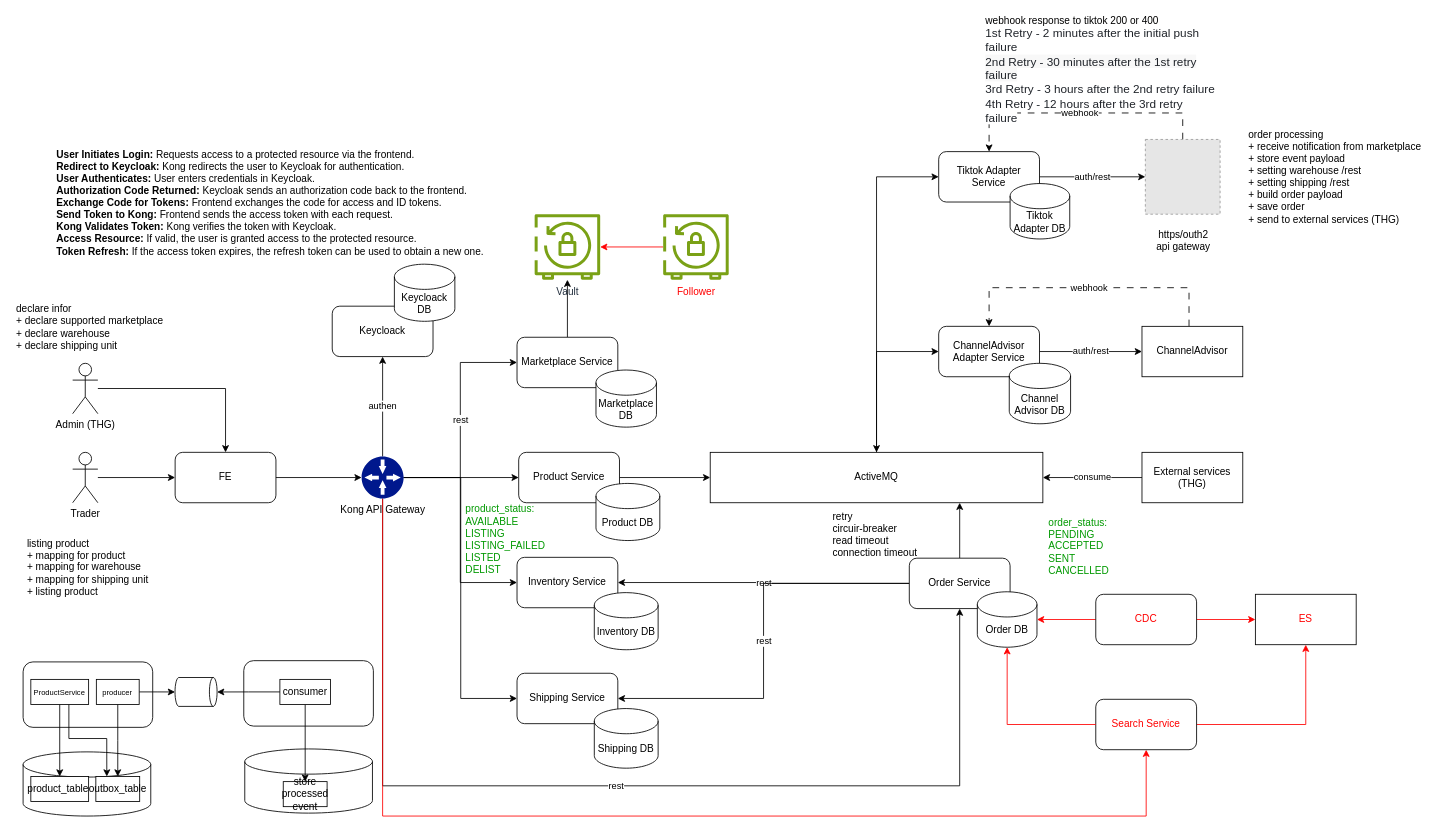
Above: page "Page-17" (17 of 17) of hibernate.drawio in minhtran-q/hibernate-knowledge (draw.io), before the change. Source tidied: cells renumbered, new cells numbered last; positions are measured from the earlier drawing's top-left corner, leaving out a move shared by most shapes. Both pictures are drawn from the tidied source at 84%, with x=0, y=0 at pixel (14, 32). Pictures stored in the file or linked from it are replaced by grey dashed boxes.
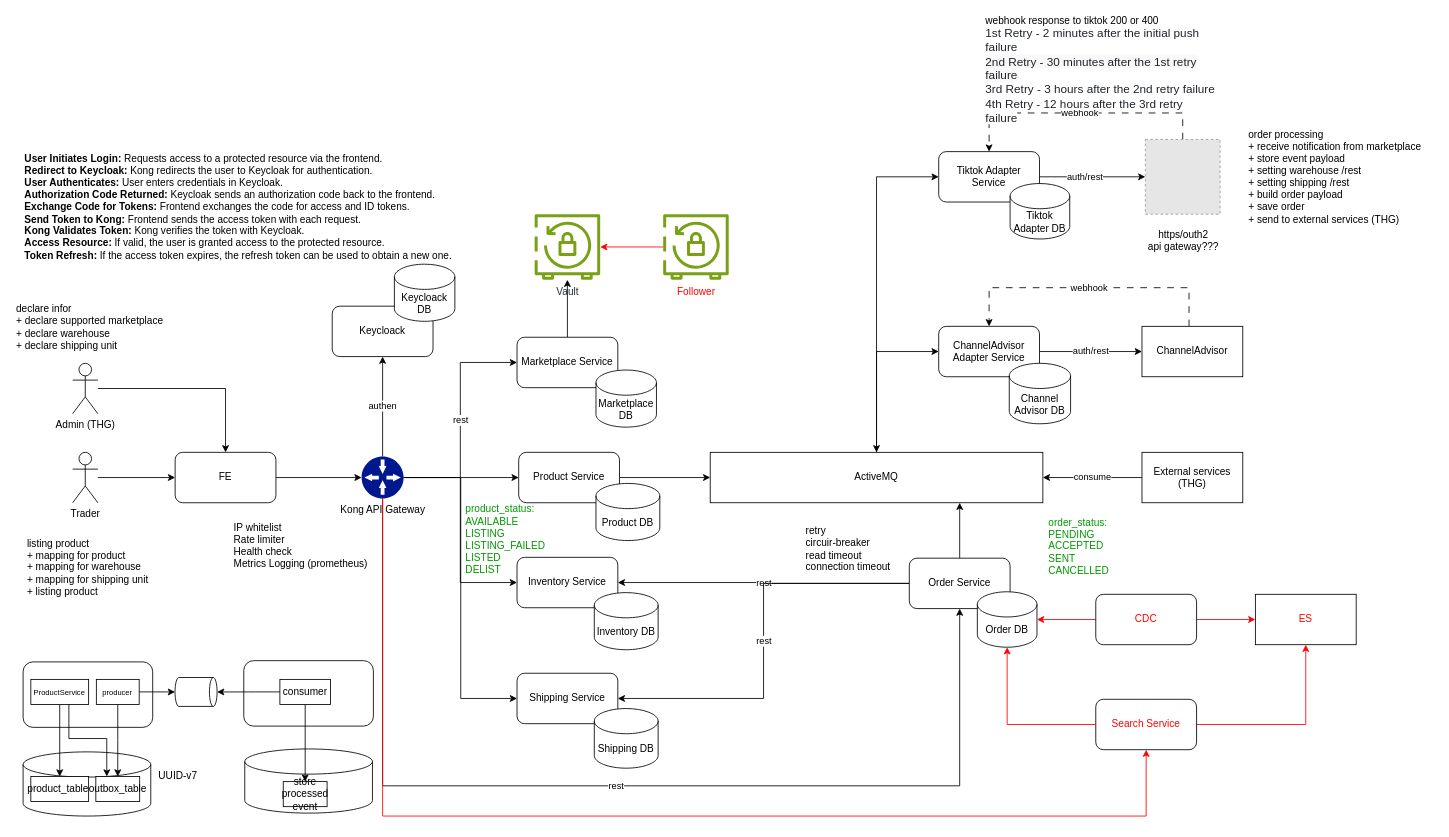
The same diagram, later.

The change refers to these unchanged cells:
```xml
<mxCell id="26" value="Tiktok Adapter Service" style="rounded=1;whiteSpace=wrap;html=1;" parent="1" vertex="1">
  <mxGeometry x="1100" y="142" width="120" height="60" as="geometry" />
</mxCell>
<mxCell id="30" style="fillColor=#E6E6E6;strokeColor=#999999;dashed=1;html=1;verticalAlign=top;verticalLabelPosition=bottom;labelBackgroundColor=#ffffff;" parent="1" vertex="1">
  <mxGeometry x="1346" y="127.5" width="89" height="89" as="geometry" />
</mxCell>
<mxCell id="67" style="group;" parent="1" vertex="1">
  <mxGeometry x="10" y="748" width="417" height="185" as="geometry" />
</mxCell>
```

Diff of the diagram source:
```diff
@@
     <mxCell id="25" value="auth/rest" style="edgeStyle=orthogonalEdgeStyle;rounded=0;jettySize=auto;html=1;" parent="1" edge="1" source="26" target="30">
-      <mxGeometry relative="1" as="geometry" />
+      <mxGeometry x="-0.14" relative="1" as="geometry" />
     </mxCell>
@@
-    <mxCell id="54" value="https/outh2&lt;br&gt;api gateway" style="text;html=1;align=center;verticalAlign=middle;strokeColor=none;fillColor=none;" parent="1" vertex="1">
-      <mxGeometry x="1349.5" y="227" width="82" height="41" as="geometry" />
+    <mxCell id="54" value="https/outh2&lt;br&gt;api gateway???" style="text;html=1;align=center;verticalAlign=middle;strokeColor=none;fillColor=none;" parent="1" vertex="1">
+      <mxGeometry x="1339.5" y="227" width="102" height="41" as="geometry" />
     </mxCell>
@@
     <mxCell id="65" value="retry&amp;nbsp;&lt;div&gt;circuir-breaker&lt;br&gt;read timeout&lt;br&gt;connection timeout&lt;/div&gt;" style="text;html=1;align=left;verticalAlign=middle;whiteSpace=wrap;rounded=0;" parent="1" vertex="1">
-      <mxGeometry x="972" y="579" width="117" height="38" as="geometry" />
+      <mxGeometry x="940" y="584" width="117" height="62" as="geometry" />
     </mxCell>
     <mxCell id="66" value="&lt;div&gt;&lt;b&gt;User Initiates Login:&lt;/b&gt; Requests access to a protected resource via the frontend.&lt;/div&gt;&lt;div&gt;&lt;b&gt;Redirect to Keycloak:&lt;/b&gt; Kong redirects the user to Keycloak for authentication.&lt;/div&gt;&lt;div&gt;&lt;b&gt;User Authenticates: &lt;/b&gt;User enters credentials in Keycloak.&lt;/div&gt;&lt;div&gt;&lt;b&gt;Authorization Code Returned:&lt;/b&gt; Keycloak sends an authorization code back to the frontend.&lt;/div&gt;&lt;div&gt;&lt;b&gt;Exchange Code for Tokens:&lt;/b&gt; Frontend exchanges the code for access and ID tokens.&lt;/div&gt;&lt;div&gt;&lt;b&gt;Send Token to Kong: &lt;/b&gt;Frontend sends the access token with each request.&lt;/div&gt;&lt;div&gt;&lt;b&gt;Kong Validates Token:&lt;/b&gt; Kong verifies the token with Keycloak.&lt;/div&gt;&lt;div&gt;&lt;b&gt;Access Resource:&lt;/b&gt; If valid, the user is granted access to the protected resource.&lt;/div&gt;&lt;div&gt;&lt;b&gt;Token Refresh:&lt;/b&gt; If the access token expires, the refresh token can be used to obtain a new one.&lt;/div&gt;" style="text;html=1;align=left;verticalAlign=middle;whiteSpace=wrap;rounded=0;" parent="1" vertex="1">
-      <mxGeometry x="48" y="130" width="523" height="146" as="geometry" />
+      <mxGeometry x="10" y="135" width="523" height="146" as="geometry" />
     </mxCell>
@@
+    <mxCell id="86" value="UUID-v7" style="text;html=1;align=center;verticalAlign=middle;strokeColor=none;fillColor=none;" parent="67" vertex="1">
+      <mxGeometry x="152" y="124" width="64" height="26" as="geometry" />
+    </mxCell>
@@
+    <mxCell id="87" value="IP whitelist&lt;div&gt;Rate limiter&lt;/div&gt;&lt;div&gt;Health check&lt;/div&gt;&lt;div&gt;Metrics Logging (prometheus)&lt;/div&gt;" style="text;html=1;align=left;verticalAlign=middle;whiteSpace=wrap;rounded=0;" parent="1" vertex="1">
+      <mxGeometry x="259" y="579" width="167" height="64" as="geometry" />
+    </mxCell>
```
